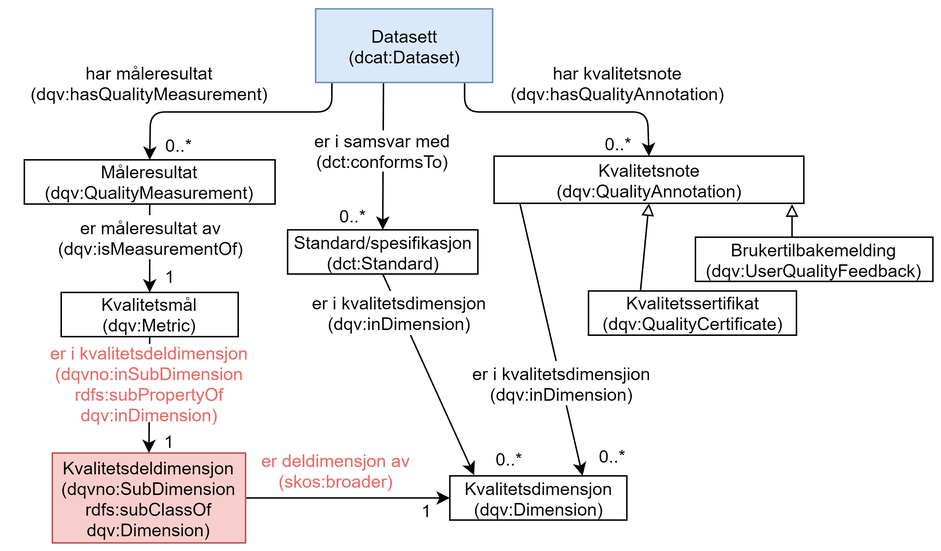
This is docs/images/dqv-ap-no.png from Informasjonsforvaltning/dqv-ap-no, a draw.io export, as it was before one commit. Source tidied: cells renumbered, new cells last; positions are measured from the earlier drawing's top-left corner, leaving out a move shared by most shapes.
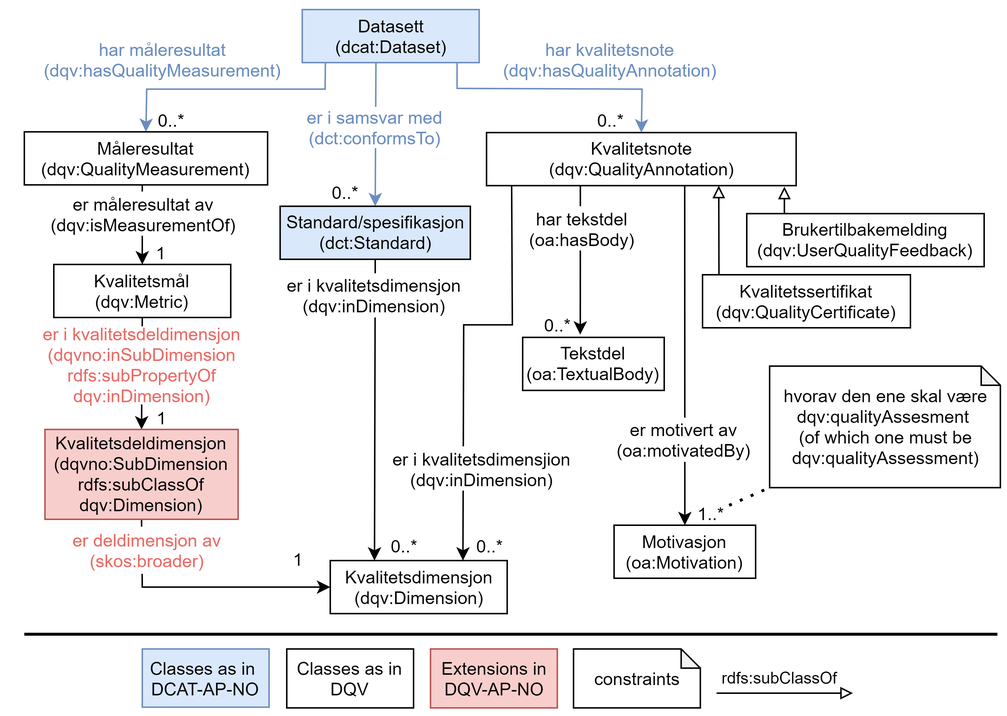
Above is the later version.

Commit message:
Oppdatering av den forenklede modellen, med en ny tegning.

Change to the diagram source:
```diff
@@ -2,66 +2,71 @@
   <root>
     <mxCell id="0" />
     <mxCell id="1" parent="0" />
+    <mxCell id="37" style="endArrow=classic;html=1;entryX=0.5;entryY=0;entryDx=0;entryDy=0;exitX=0.64;exitY=0.5;exitDx=0;exitDy=0;exitPerimeter=0;" parent="1" edge="1" source="34" target="42">
+      <mxGeometry relative="1" as="geometry" />
+    </mxCell>
     <mxCell id="2" style="endArrow=classic;html=1;entryX=0.5;entryY=0;entryDx=0;entryDy=0;exitX=0.5;exitY=1;exitDx=0;exitDy=0;" parent="1" edge="1" source="23" target="29">
       <mxGeometry relative="1" as="geometry" />
     </mxCell>
-    <mxCell id="3" style="endArrow=classic;html=1;entryX=0.5;entryY=0;entryDx=0;entryDy=0;exitX=0.092;exitY=0.988;exitDx=0;exitDy=0;exitPerimeter=0;" parent="1" edge="1" source="22" target="36">
+    <mxCell id="3" style="endArrow=classic;html=1;entryX=0.5;entryY=0;entryDx=0;entryDy=0;exitX=0.131;exitY=0.983;exitDx=0;exitDy=0;exitPerimeter=0;fontColor=#6C8EBF;strokeColor=#6C8EBF;rounded=0;" parent="1" edge="1" source="22" target="36">
       <mxGeometry relative="1" as="geometry">
         <Array as="points">
-          <mxPoint x="219.5" y="69.5" />
-          <mxPoint x="96.5" y="69.5" />
+          <mxPoint x="220" y="70" />
+          <mxPoint x="99" y="70" />
         </Array>
       </mxGeometry>
     </mxCell>
-    <mxCell id="4" value="har måleresultat (dqv:hasQualityMeasurement)" style="text;html=1;strokeColor=none;fillColor=none;align=center;verticalAlign=middle;whiteSpace=wrap;rounded=0;" parent="1" vertex="1">
-      <mxGeometry y="39.5" width="192" height="20" as="geometry" />
+    <mxCell id="4" value="har måleresultat (dqv:hasQualityMeasurement)" style="text;html=1;strokeColor=none;fillColor=none;align=center;verticalAlign=middle;whiteSpace=wrap;rounded=0;fontColor=#6C8EBF;" parent="1" vertex="1">
+      <mxGeometry x="14" y="39.5" width="192" height="20" as="geometry" />
     </mxCell>
     <mxCell id="5" style="endArrow=classic;html=1;exitX=0.5;exitY=1;exitDx=0;exitDy=0;" parent="1" edge="1" target="23">
       <mxGeometry relative="1" as="geometry">
         <mxPoint x="96" y="132" as="sourcePoint" />
       </mxGeometry>
     </mxCell>
-    <mxCell id="6" style="endArrow=classic;html=1;entryX=0.5;entryY=0;entryDx=0;entryDy=0;" parent="1" edge="1" target="35">
+    <mxCell id="6" style="endArrow=classic;html=1;entryX=0.5;entryY=0;entryDx=0;entryDy=0;fontColor=#6C8EBF;strokeColor=#6C8EBF;" parent="1" edge="1" target="35">
       <mxGeometry relative="1" as="geometry">
         <mxPoint x="254.5" y="48.5" as="sourcePoint" />
       </mxGeometry>
     </mxCell>
-    <mxCell id="7" style="endArrow=classic;html=1;exitX=0.5;exitY=1;exitDx=0;exitDy=0;" parent="1" edge="1" source="35">
-      <mxGeometry relative="1" as="geometry">
-        <mxPoint x="316" y="316" as="targetPoint" />
-      </mxGeometry>
+    <mxCell id="7" style="endArrow=classic;html=1;exitX=0.5;exitY=1;exitDx=0;exitDy=0;entryX=0.25;entryY=0;entryDx=0;entryDy=0;" parent="1" edge="1" source="35" target="25">
+      <mxGeometry relative="1" as="geometry" />
     </mxCell>
-    <mxCell id="8" style="endArrow=classic;html=1;entryX=0.5;entryY=0;entryDx=0;entryDy=0;" parent="1" edge="1" target="34">
+    <mxCell id="8" style="endArrow=classic;html=1;entryX=0.5;entryY=0;entryDx=0;entryDy=0;fontColor=#6C8EBF;strokeColor=#6C8EBF;rounded=0;" parent="1" edge="1" target="34">
       <mxGeometry relative="1" as="geometry">
         <mxPoint x="309.5" y="49.5" as="sourcePoint" />
         <Array as="points">
           <mxPoint x="309.5" y="69.5" />
-          <mxPoint x="433.5" y="69.5" />
+          <mxPoint x="435" y="70" />
         </Array>
       </mxGeometry>
     </mxCell>
-    <mxCell id="9" value="har kvalitetsnote&lt;br&gt;(dqv:hasQualityAnnotation)" style="text;html=1;strokeColor=none;fillColor=none;align=center;verticalAlign=middle;whiteSpace=wrap;rounded=0;" parent="1" vertex="1">
+    <mxCell id="9" value="har kvalitetsnote&lt;br&gt;(dqv:hasQualityAnnotation)" style="text;html=1;strokeColor=none;fillColor=none;align=center;verticalAlign=middle;whiteSpace=wrap;rounded=0;fontColor=#6C8EBF;" parent="1" vertex="1">
       <mxGeometry x="333" y="29.5" width="161" height="40" as="geometry" />
     </mxCell>
     <mxCell id="10" value="0..*" style="text;html=1;strokeColor=none;fillColor=none;align=center;verticalAlign=middle;whiteSpace=wrap;rounded=0;" parent="1" vertex="1">
-      <mxGeometry x="96" y="82" width="40" height="20" as="geometry" />
+      <mxGeometry x="96" y="81" width="40" height="20" as="geometry" />
     </mxCell>
     <mxCell id="11" value="1" style="text;html=1;strokeColor=none;fillColor=none;align=center;verticalAlign=middle;whiteSpace=wrap;rounded=0;" parent="1" vertex="1">
       <mxGeometry x="89.5" y="171" width="40" height="20" as="geometry" />
     </mxCell>
     <mxCell id="12" value="1" style="text;html=1;strokeColor=none;fillColor=none;align=center;verticalAlign=middle;whiteSpace=wrap;rounded=0;" parent="1" vertex="1">
-      <mxGeometry x="267.5" y="329.5" width="32" height="20" as="geometry" />
+      <mxGeometry x="186" y="379" width="32" height="20" as="geometry" />
     </mxCell>
     <mxCell id="13" value="0..*" style="text;html=1;strokeColor=none;fillColor=none;align=center;verticalAlign=middle;whiteSpace=wrap;rounded=0;" parent="1" vertex="1">
-      <mxGeometry x="319.5" y="294.5" width="40" height="20" as="geometry" />
+      <mxGeometry x="254" y="370" width="40" height="20" as="geometry" />
     </mxCell>
-    <mxCell id="14" style="endArrow=classic;html=1;entryX=0.75;entryY=0;entryDx=0;entryDy=0;" parent="1" edge="1" target="25">
+    <mxCell id="14" style="endArrow=classic;html=1;entryX=0.75;entryY=0;entryDx=0;entryDy=0;rounded=0;" parent="1" edge="1" target="25">
       <mxGeometry relative="1" as="geometry">
         <mxPoint x="346.5" y="129.5" as="sourcePoint" />
+        <Array as="points">
+          <mxPoint x="347" y="230" />
+          <mxPoint x="314" y="230" />
+        </Array>
       </mxGeometry>
     </mxCell>
     <mxCell id="15" value="0..*" style="text;html=1;strokeColor=none;fillColor=none;align=center;verticalAlign=middle;whiteSpace=wrap;rounded=0;" parent="1" vertex="1">
-      <mxGeometry x="390" y="292.5" width="40" height="20" as="geometry" />
+      <mxGeometry x="312" y="370" width="40" height="20" as="geometry" />
     </mxCell>
     <mxCell id="16" value="0..*" style="text;html=1;strokeColor=none;fillColor=none;align=center;verticalAlign=middle;whiteSpace=wrap;rounded=0;" parent="1" vertex="1">
       <mxGeometry x="393.5" y="81" width="40" height="20" as="geometry" />
@@ -69,14 +74,18 @@
     <mxCell id="17" value="0..*" style="text;html=1;strokeColor=none;fillColor=none;align=center;verticalAlign=middle;whiteSpace=wrap;rounded=0;" parent="1" vertex="1">
       <mxGeometry x="214" y="129.5" width="40" height="20" as="geometry" />
     </mxCell>
-    <mxCell id="18" style="endArrow=block;html=1;endFill=0;exitX=0.25;exitY=0;exitDx=0;exitDy=0;entryX=0.5;entryY=1;entryDx=0;entryDy=0;" parent="1" edge="1" source="33" target="34">
+    <mxCell id="18" style="endArrow=block;html=1;endFill=0;exitX=0.079;exitY=0.064;exitDx=0;exitDy=0;entryX=0.75;entryY=1;entryDx=0;entryDy=0;exitPerimeter=0;" parent="1" edge="1" source="33" target="34">
       <mxGeometry relative="1" as="geometry" />
     </mxCell>
     <mxCell id="19" value="1" style="text;html=1;strokeColor=none;fillColor=none;align=center;verticalAlign=middle;whiteSpace=wrap;rounded=0;" parent="1" vertex="1">
       <mxGeometry x="91" y="283" width="37" height="20" as="geometry" />
     </mxCell>
-    <mxCell id="20" style="endArrow=classic;html=1;entryX=0;entryY=0.5;entryDx=0;entryDy=0;exitX=1;exitY=0.5;exitDx=0;exitDy=0;" parent="1" edge="1" source="29" target="25">
-      <mxGeometry relative="1" as="geometry" />
+    <mxCell id="20" style="endArrow=classic;html=1;entryX=0;entryY=0.5;entryDx=0;entryDy=0;exitX=0.5;exitY=1;exitDx=0;exitDy=0;rounded=0;" parent="1" edge="1" source="29" target="25">
+      <mxGeometry relative="1" as="geometry">
+        <Array as="points">
+          <mxPoint x="96" y="408" />
+        </Array>
+      </mxGeometry>
     </mxCell>
     <mxCell id="21" style="endArrow=block;html=1;endFill=0;entryX=0.962;entryY=1.019;entryDx=0;entryDy=0;entryPerimeter=0;" parent="1" edge="1" target="34">
       <mxGeometry relative="1" as="geometry">
@@ -84,49 +93,100 @@
       </mxGeometry>
     </mxCell>
     <mxCell id="22" value="Datasett&lt;br&gt;(dcat:Dataset)" style="rounded=0;whiteSpace=wrap;html=1;fillColor=#dae8fc;strokeColor=#6c8ebf;" parent="1" vertex="1">
-      <mxGeometry x="208.5" y="-0.5" width="120" height="50" as="geometry" />
+      <mxGeometry x="204.5" y="16" width="120" height="36" as="geometry" />
     </mxCell>
     <mxCell id="23" value="Kvalitetsmål&lt;br&gt;(dqv:Metric)" style="rounded=0;whiteSpace=wrap;html=1;" parent="1" vertex="1">
-      <mxGeometry x="36" y="192" width="120" height="30" as="geometry" />
+      <mxGeometry x="36" y="189" width="120" height="36" as="geometry" />
     </mxCell>
     <mxCell id="24" value="er måleresultat av (dqv:isMeasurementOf)" style="text;html=1;align=center;verticalAlign=middle;whiteSpace=wrap;rounded=0;fillColor=#FFFFFF;" parent="1" vertex="1">
       <mxGeometry x="45.5" y="139.5" width="102" height="30" as="geometry" />
     </mxCell>
     <mxCell id="25" value="Kvalitetsdimensjon&lt;br&gt;(dqv:Dimension)" style="rounded=0;whiteSpace=wrap;html=1;" parent="1" vertex="1">
-      <mxGeometry x="299.5" y="316.5" width="120" height="30" as="geometry" />
+      <mxGeometry x="223.5" y="390" width="120" height="36" as="geometry" />
     </mxCell>
     <mxCell id="26" value="er i kvalitetsdeldimensjon (dqvno:inSubDimension rdfs:subPropertyOf dqv:inDimension)" style="text;html=1;align=center;verticalAlign=middle;whiteSpace=wrap;rounded=0;fillColor=#FFFFFF;labelBackgroundColor=none;fontColor=#EA6B66;" parent="1" vertex="1">
-      <mxGeometry x="6" y="227" width="180" height="53" as="geometry" />
+      <mxGeometry x="6" y="231" width="180" height="53" as="geometry" />
     </mxCell>
-    <mxCell id="27" value="er i samsvar med (dct:conformsTo)" style="text;html=1;strokeColor=none;fillColor=#FFFFFF;align=center;verticalAlign=middle;whiteSpace=wrap;rounded=0;" parent="1" vertex="1">
+    <mxCell id="27" value="er i samsvar med (dct:conformsTo)" style="text;html=1;strokeColor=none;fillColor=#FFFFFF;align=center;verticalAlign=middle;whiteSpace=wrap;rounded=0;fontStyle=0;fontColor=#6C8EBF;" parent="1" vertex="1">
       <mxGeometry x="198.5" y="82" width="110" height="28" as="geometry" />
     </mxCell>
     <mxCell id="28" value="er i kvalitetsdimensjion (dqv:inDimension)" style="text;html=1;align=center;verticalAlign=middle;whiteSpace=wrap;rounded=0;fillColor=#FFFFFF;" parent="1" vertex="1">
-      <mxGeometry x="312" y="238.5" width="127" height="30" as="geometry" />
+      <mxGeometry x="263" y="312.5" width="127" height="30" as="geometry" />
     </mxCell>
     <mxCell id="29" value="Kvalitetsdeldimensjon&lt;br&gt;(dqvno:SubDimension rdfs:subClassOf dqv:Dimension)" style="rounded=0;whiteSpace=wrap;html=1;fillColor=#f8cecc;strokeColor=#b85450;" parent="1" vertex="1">
       <mxGeometry x="30" y="301" width="131" height="61" as="geometry" />
     </mxCell>
     <mxCell id="30" value="er deldimensjon av&lt;br&gt;(skos:broader)" style="text;html=1;align=center;verticalAlign=middle;whiteSpace=wrap;rounded=0;fillColor=#FFFFFF;fontColor=#EA6B66;" parent="1" vertex="1">
-      <mxGeometry x="166.5" y="296.5" width="111" height="32" as="geometry" />
+      <mxGeometry x="44.5" y="367" width="111" height="32" as="geometry" />
     </mxCell>
     <mxCell id="31" value="er i kvalitetsdimensjon (dqv:inDimension)" style="text;html=1;align=center;verticalAlign=middle;whiteSpace=wrap;rounded=0;fillColor=#FFFFFF;" parent="1" vertex="1">
-      <mxGeometry x="201.5" y="191" width="127" height="30" as="geometry" />
+      <mxGeometry x="189.5" y="195" width="127" height="30" as="geometry" />
     </mxCell>
     <mxCell id="32" value="Brukertilbakemelding&lt;br&gt;(dqv:UserQualityFeedback)" style="rounded=0;whiteSpace=wrap;html=1;fillColor=#FFFFFF;" parent="1" vertex="1">
-      <mxGeometry x="466" y="154.5" width="161" height="30" as="geometry" />
+      <mxGeometry x="506" y="154.5" width="161" height="36" as="geometry" />
     </mxCell>
     <mxCell id="33" value="Kvalitetssertifikat&lt;br&gt;(dqv:QualityCertificate)" style="rounded=0;whiteSpace=wrap;html=1;fillColor=#FFFFFF;" parent="1" vertex="1">
-      <mxGeometry x="393.5" y="191" width="141" height="30" as="geometry" />
+      <mxGeometry x="476" y="196" width="141" height="36" as="geometry" />
     </mxCell>
     <mxCell id="34" value="Kvalitetsnote&lt;br&gt;(dqv:QualityAnnotation)" style="rounded=0;whiteSpace=wrap;html=1;" parent="1" vertex="1">
-      <mxGeometry x="329.5" y="99.5" width="210" height="32" as="geometry" />
+      <mxGeometry x="329.5" y="99.5" width="210" height="36" as="geometry" />
     </mxCell>
-    <mxCell id="35" value="Standard/spesifikasjon (dct:Standard)" style="rounded=0;whiteSpace=wrap;html=1;" parent="1" vertex="1">
-      <mxGeometry x="189.5" y="149.5" width="129" height="30" as="geometry" />
+    <mxCell id="35" value="Standard/spesifikasjon (dct:Standard)" style="rounded=0;whiteSpace=wrap;html=1;fillColor=#DAE8FC;" parent="1" vertex="1">
+      <mxGeometry x="189.5" y="149.5" width="129" height="36" as="geometry" />
     </mxCell>
     <mxCell id="36" value="Måleresultat&lt;br&gt;(dqv:QualityMeasurement)" style="rounded=0;whiteSpace=wrap;html=1;" parent="1" vertex="1">
-      <mxGeometry x="11" y="102" width="170" height="30" as="geometry" />
+      <mxGeometry x="16" y="99" width="165" height="36" as="geometry" />
     </mxCell>
+    <mxCell id="38" value="Tekstdel&lt;br&gt;(oa:TextualBody)" style="rounded=0;whiteSpace=wrap;html=1;fillColor=#FFFFFF;" parent="1" vertex="1">
+      <mxGeometry x="354" y="238.5" width="96" height="36" as="geometry" />
+    </mxCell>
+    <mxCell id="39" style="endArrow=classic;html=1;exitX=0.303;exitY=0.997;exitDx=0;exitDy=0;exitPerimeter=0;entryX=0.407;entryY=-0.052;entryDx=0;entryDy=0;entryPerimeter=0;" parent="1" edge="1" source="34" target="38">
+      <mxGeometry relative="1" as="geometry" />
+    </mxCell>
+    <mxCell id="40" value="0..*" style="text;html=1;strokeColor=none;fillColor=none;align=center;verticalAlign=middle;whiteSpace=wrap;rounded=0;" parent="1" vertex="1">
+      <mxGeometry x="358" y="219.5" width="40" height="20" as="geometry" />
+    </mxCell>
+    <mxCell id="41" value="har tekstdel&lt;br&gt;(oa:hasBody)" style="text;html=1;align=center;verticalAlign=middle;whiteSpace=wrap;rounded=0;fillColor=#FFFFFF;" parent="1" vertex="1">
+      <mxGeometry x="351" y="149.5" width="87" height="30" as="geometry" />
+    </mxCell>
+    <mxCell id="42" value="Motivasjon&lt;br&gt;(oa:Motivation)" style="rounded=0;whiteSpace=wrap;html=1;fillColor=#FFFFFF;" parent="1" vertex="1">
+      <mxGeometry x="416" y="366" width="96" height="36" as="geometry" />
+    </mxCell>
+    <mxCell id="43" value="1..*" style="text;html=1;strokeColor=none;fillColor=none;align=center;verticalAlign=middle;whiteSpace=wrap;rounded=0;" parent="1" vertex="1">
+      <mxGeometry x="470" y="347.5" width="24" height="20" as="geometry" />
+    </mxCell>
+    <mxCell id="44" value="er motivert av&lt;br&gt;(oa:motivatedBy)" style="text;html=1;align=center;verticalAlign=middle;whiteSpace=wrap;rounded=0;fillColor=#FFFFFF;" parent="1" vertex="1">
+      <mxGeometry x="400" y="293" width="127" height="30" as="geometry" />
+    </mxCell>
+    <mxCell id="45" value="hvorav den ene skal være dqv:qualityAssesment &lt;br&gt;(of which one must be dqv:qualityAssessment)" style="shape=note;whiteSpace=wrap;html=1;backgroundOutline=1;darkOpacity=0.05;size=13;" parent="1" vertex="1">
+      <mxGeometry x="521.5" y="258" width="156.5" height="82.5" as="geometry" />
+    </mxCell>
+    <mxCell id="46" style="endArrow=none;dashed=1;html=1;dashPattern=1 3;strokeWidth=2;entryX=0;entryY=1;entryDx=0;entryDy=0;entryPerimeter=0;exitX=1;exitY=0.25;exitDx=0;exitDy=0;" parent="1" edge="1" source="43" target="45">
+      <mxGeometry relative="1" as="geometry" />
+    </mxCell>
+    <mxCell id="47" value="Classes as in &lt;br&gt;DCAT-AP-NO" style="rounded=0;whiteSpace=wrap;html=1;fillColor=#dae8fc;strokeColor=#6c8ebf;" parent="1" vertex="1">
+      <mxGeometry x="96" y="450" width="86" height="39.5" as="geometry" />
+    </mxCell>
+    <mxCell id="48" value="Classes as in&lt;br&gt;DQV" style="rounded=0;whiteSpace=wrap;html=1;" parent="1" vertex="1">
+      <mxGeometry x="194" y="450" width="86" height="40" as="geometry" />
+    </mxCell>
+    <mxCell id="49" value="Extensions in&lt;br&gt;DQV-AP-NO" style="rounded=0;whiteSpace=wrap;html=1;fillColor=#f8cecc;strokeColor=#b85450;" parent="1" vertex="1">
+      <mxGeometry x="291.5" y="450" width="86" height="40" as="geometry" />
+    </mxCell>
+    <mxCell id="50" value="constraints" style="shape=note;whiteSpace=wrap;html=1;backgroundOutline=1;darkOpacity=0.05;size=13;" parent="1" vertex="1">
+      <mxGeometry x="388.5" y="450" width="86" height="40" as="geometry" />
+    </mxCell>
+    <mxCell id="51" value="rdfs:subClassOf" style="endArrow=block;endSize=6;endFill=0;html=1;" parent="1" edge="1">
+      <mxGeometry x="-0.08" y="10" relative="1" as="geometry">
+        <mxPoint x="485.5" y="480" as="sourcePoint" />
+        <mxPoint x="578" y="480" as="targetPoint" />
+      </mxGeometry>
+    </mxCell>
+    <mxCell id="52" style="endArrow=none;html=1;strokeWidth=2;" parent="1" edge="1">
+      <mxGeometry relative="1" as="geometry">
+        <mxPoint x="16" y="440" as="sourcePoint" />
+        <mxPoint x="676" y="440" as="targetPoint" />
+      </mxGeometry>
+    </mxCell>
   </root>
 </mxGraphModel>
```
